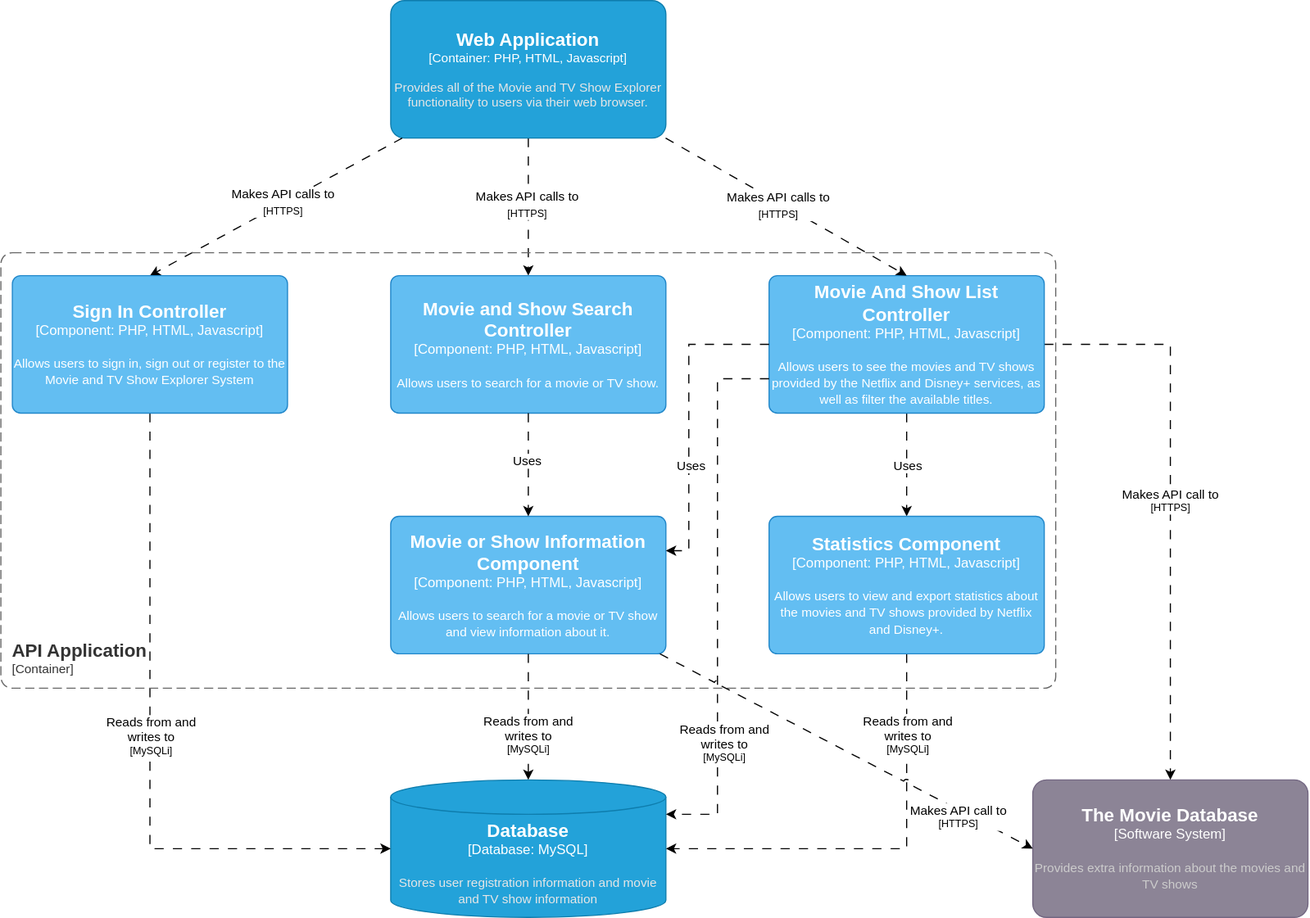
This is C4/c4-level3.svg from pizzaimiplace/MoX-Movies-and-TV-Shows-, a draw.io export, as it was before one commit. Source tidied: cells renumbered, new cells last; positions are measured from the earlier drawing's top-left corner, leaving out a move shared by most shapes. Its diagram source:
```xml
<mxGraphModel>
  <root>
    <mxCell id="0" />
    <mxCell id="1" parent="0" />
    <object id="2" label="&lt;font style=&quot;font-size: 16px&quot;&gt;&lt;b&gt;%c4Name%&lt;/b&gt;&lt;/font&gt;&lt;div&gt;[%c4Type%]&lt;/div&gt;&lt;br&gt;&lt;div&gt;&lt;font style=&quot;font-size: 11px&quot;&gt;&lt;font color=&quot;#cccccc&quot;&gt;%c4Description%&lt;/font&gt;&lt;/div&gt;" c4Description="Provides extra information about the movies and TV shows" c4Name="The Movie Database" c4Type="Software System" placeholders="1">
      <mxCell style="rounded=1;whiteSpace=wrap;html=1;labelBackgroundColor=none;fillColor=#8C8496;fontColor=#ffffff;align=center;arcSize=10;strokeColor=#736782;points=[[0.25,0,0],[0.5,0,0],[0.75,0,0],[1,0.25,0],[1,0.5,0],[1,0.75,0],[0.75,1,0],[0.5,1,0],[0.25,1,0],[0,0.75,0],[0,0.5,0],[0,0.25,0]];" parent="1" vertex="1">
        <mxGeometry x="900" y="680" width="240" height="120" as="geometry" />
      </mxCell>
    </object>
    <mxCell id="3" style="rounded=0;jettySize=auto;html=1;dashed=1;dashPattern=8 8;entryX=0.5;entryY=0;entryDx=0;entryDy=0;entryPerimeter=0;" parent="1" edge="1" source="5" target="14">
      <mxGeometry relative="1" as="geometry" />
    </mxCell>
    <mxCell id="4" value="Makes API calls to&lt;div&gt;&lt;font style=&quot;font-size: 9px;&quot;&gt;[HTTPS]&lt;/font&gt;&lt;/div&gt;" style="edgeLabel;html=1;align=center;verticalAlign=middle;" parent="3" vertex="1">
      <mxGeometry x="-0.06" y="-2" relative="1" as="geometry" />
    </mxCell>
    <object id="5" label="&lt;font style=&quot;font-size: 16px&quot;&gt;&lt;b&gt;%c4Name%&lt;/b&gt;&lt;/font&gt;&lt;div&gt;[%c4Type%: %c4Technology%]&lt;/div&gt;&lt;br&gt;&lt;div&gt;&lt;font style=&quot;font-size: 11px&quot;&gt;&lt;font color=&quot;#E6E6E6&quot;&gt;%c4Description%&lt;/font&gt;&lt;/div&gt;" c4Description="Provides all of the Movie and TV Show Explorer functionality to users via their web browser." c4Name="Web Application" c4Technology="PHP, HTML, Javascript" c4Type="Container" placeholders="1">
      <mxCell style="rounded=1;whiteSpace=wrap;html=1;fontSize=11;labelBackgroundColor=none;fillColor=#23A2D9;fontColor=#ffffff;align=center;arcSize=10;strokeColor=#0E7DAD;points=[[0.25,0,0],[0.5,0,0],[0.75,0,0],[1,0.25,0],[1,0.5,0],[1,0.75,0],[0.75,1,0],[0.5,1,0],[0.25,1,0],[0,0.75,0],[0,0.5,0],[0,0.25,0]];" parent="1" vertex="1">
        <mxGeometry x="340" width="240" height="120" as="geometry" />
      </mxCell>
    </object>
    <mxCell id="6" style="rounded=0;jettySize=auto;html=1;dashed=1;dashPattern=8 8;entryX=0.5;entryY=0;entryDx=0;entryDy=0;entryPerimeter=0;exitX=1;exitY=0.5;exitDx=0;exitDy=0;exitPerimeter=0;edgeStyle=orthogonalEdgeStyle;" parent="1" edge="1" source="22" target="2">
      <mxGeometry relative="1" as="geometry" />
    </mxCell>
    <mxCell id="7" value="Makes API call to&lt;div style=&quot;font-size: 9px;&quot;&gt;[HTTPS]&lt;/div&gt;" style="edgeLabel;html=1;align=center;verticalAlign=middle;" parent="6" vertex="1">
      <mxGeometry y="-1" relative="1" as="geometry" />
    </mxCell>
    <object id="8" label="&lt;font style=&quot;font-size: 16px&quot;&gt;&lt;b&gt;%c4Type%&lt;/b&gt;&lt;/font&gt;&lt;div&gt;[%c4Type%:&amp;nbsp;%c4Technology%]&lt;/div&gt;&lt;br&gt;&lt;div&gt;&lt;font style=&quot;font-size: 11px&quot;&gt;&lt;font color=&quot;#E6E6E6&quot;&gt;%c4Description%&lt;/font&gt;&lt;/div&gt;" c4Description="Stores user registration information and movie and TV show information" c4Name="Container" c4Technology="MySQL" c4Type="Database" placeholders="1">
      <mxCell style="shape=cylinder3;size=15;whiteSpace=wrap;html=1;boundedLbl=1;rounded=0;labelBackgroundColor=none;fillColor=#23A2D9;fontSize=12;fontColor=#ffffff;align=center;strokeColor=#0E7DAD;points=[[0.5,0,0],[1,0.25,0],[1,0.5,0],[1,0.75,0],[0.5,1,0],[0,0.75,0],[0,0.5,0],[0,0.25,0]];" parent="1" vertex="1">
        <mxGeometry x="340" y="680" width="240" height="120" as="geometry" />
      </mxCell>
    </object>
    <mxCell id="9" style="rounded=0;jettySize=auto;html=1;entryX=0;entryY=0.5;entryDx=0;entryDy=0;entryPerimeter=0;dashed=1;dashPattern=8 8;exitX=0.5;exitY=1;exitDx=0;exitDy=0;exitPerimeter=0;edgeStyle=orthogonalEdgeStyle;" parent="1" edge="1" source="13" target="8">
      <mxGeometry relative="1" as="geometry" />
    </mxCell>
    <mxCell id="10" value="Reads from and&lt;div&gt;writes to&lt;/div&gt;&lt;div style=&quot;font-size: 9px;&quot;&gt;[MySQLi]&lt;/div&gt;" style="edgeLabel;html=1;align=center;verticalAlign=middle;" parent="9" vertex="1">
      <mxGeometry relative="1" as="geometry">
        <mxPoint y="-16" as="offset" />
      </mxGeometry>
    </mxCell>
    <mxCell id="11" style="rounded=0;jettySize=auto;html=1;dashed=1;dashPattern=8 8;entryX=0.5;entryY=0;entryDx=0;entryDy=0;entryPerimeter=0;" parent="1" edge="1" source="5" target="13">
      <mxGeometry relative="1" as="geometry" />
    </mxCell>
    <mxCell id="12" value="Makes API calls to&lt;div&gt;&lt;font style=&quot;font-size: 9px;&quot;&gt;[HTTPS]&lt;/font&gt;&lt;/div&gt;" style="edgeLabel;html=1;align=center;verticalAlign=middle;" parent="11" vertex="1">
      <mxGeometry x="-0.06" y="-2" relative="1" as="geometry" />
    </mxCell>
    <object id="13" label="&lt;font style=&quot;font-size: 16px&quot;&gt;&lt;b&gt;%c4Name%&lt;/b&gt;&lt;/font&gt;&lt;div&gt;[%c4Type%: %c4Technology%]&lt;/div&gt;&lt;br&gt;&lt;div&gt;&lt;font style=&quot;font-size: 11px&quot;&gt;%c4Description%&lt;/font&gt;&lt;/div&gt;" c4Description="Allows users to sign in, sign out or register to the Movie and TV Show Explorer System" c4Name="Sign In Controller" c4Technology="PHP, HTML, Javascript" c4Type="Component" placeholders="1">
      <mxCell style="rounded=1;whiteSpace=wrap;html=1;labelBackgroundColor=none;fillColor=#63BEF2;fontColor=#ffffff;align=center;arcSize=6;strokeColor=#2086C9;points=[[0.25,0,0],[0.5,0,0],[0.75,0,0],[1,0.25,0],[1,0.5,0],[1,0.75,0],[0.75,1,0],[0.5,1,0],[0.25,1,0],[0,0.75,0],[0,0.5,0],[0,0.25,0]];" parent="1" vertex="1">
        <mxGeometry x="10" y="240" width="240" height="120" as="geometry" />
      </mxCell>
    </object>
    <object id="14" label="&lt;font style=&quot;font-size: 16px&quot;&gt;&lt;b&gt;%c4Name%&lt;/b&gt;&lt;/font&gt;&lt;div&gt;[%c4Type%: %c4Technology%]&lt;/div&gt;&lt;br&gt;&lt;div&gt;&lt;font style=&quot;font-size: 11px&quot;&gt;%c4Description%&lt;/font&gt;&lt;/div&gt;" c4Description="Allows users to search for a movie or TV show." c4Name="Movie and Show Search Controller" c4Technology="PHP, HTML, Javascript" c4Type="Component" placeholders="1">
      <mxCell style="rounded=1;whiteSpace=wrap;html=1;labelBackgroundColor=none;fillColor=#63BEF2;fontColor=#ffffff;align=center;arcSize=6;strokeColor=#2086C9;points=[[0.25,0,0],[0.5,0,0],[0.75,0,0],[1,0.25,0],[1,0.5,0],[1,0.75,0],[0.75,1,0],[0.5,1,0],[0.25,1,0],[0,0.75,0],[0,0.5,0],[0,0.25,0]];" parent="1" vertex="1">
        <mxGeometry x="340" y="240" width="240" height="120" as="geometry" />
      </mxCell>
    </object>
    <object id="15" label="&lt;font style=&quot;font-size: 16px&quot;&gt;&lt;b&gt;%c4Name%&lt;/b&gt;&lt;/font&gt;&lt;div&gt;[%c4Type%: %c4Technology%]&lt;/div&gt;&lt;br&gt;&lt;div&gt;&lt;font style=&quot;font-size: 11px&quot;&gt;%c4Description%&lt;/font&gt;&lt;/div&gt;" c4Description="Allows users to search for a movie or TV show and view information about it." c4Name="Movie or Show Information Component" c4Technology="PHP, HTML, Javascript" c4Type="Component" placeholders="1">
      <mxCell style="rounded=1;whiteSpace=wrap;html=1;labelBackgroundColor=none;fillColor=#63BEF2;fontColor=#ffffff;align=center;arcSize=6;strokeColor=#2086C9;points=[[0.25,0,0],[0.5,0,0],[0.75,0,0],[1,0.25,0],[1,0.5,0],[1,0.75,0],[0.75,1,0],[0.5,1,0],[0.25,1,0],[0,0.75,0],[0,0.5,0],[0,0.25,0]];" parent="1" vertex="1">
        <mxGeometry x="340" y="450" width="240" height="120" as="geometry" />
      </mxCell>
    </object>
    <mxCell id="16" style="rounded=0;jettySize=auto;html=1;entryX=0.5;entryY=0;entryDx=0;entryDy=0;entryPerimeter=0;dashed=1;dashPattern=8 8;" parent="1" edge="1" source="14" target="15">
      <mxGeometry relative="1" as="geometry" />
    </mxCell>
    <mxCell id="17" value="Uses" style="edgeLabel;html=1;align=center;verticalAlign=middle;" parent="16" vertex="1">
      <mxGeometry x="-0.11" y="1" relative="1" as="geometry">
        <mxPoint x="-3" y="1" as="offset" />
      </mxGeometry>
    </mxCell>
    <mxCell id="18" style="rounded=0;jettySize=auto;html=1;entryX=0.5;entryY=0;entryDx=0;entryDy=0;entryPerimeter=0;dashed=1;dashPattern=8 8;" parent="1" edge="1" source="15" target="8">
      <mxGeometry relative="1" as="geometry" />
    </mxCell>
    <mxCell id="19" value="Reads from and&lt;div&gt;writes to&lt;/div&gt;&lt;div style=&quot;font-size: 9px;&quot;&gt;[MySQLi]&lt;/div&gt;" style="edgeLabel;html=1;align=center;verticalAlign=middle;" parent="18" vertex="1">
      <mxGeometry x="-0.07" y="-1" relative="1" as="geometry">
        <mxPoint y="18" as="offset" />
      </mxGeometry>
    </mxCell>
    <mxCell id="20" style="rounded=0;jettySize=auto;html=1;dashed=1;dashPattern=8 8;" parent="1" edge="1" source="22" target="28">
      <mxGeometry relative="1" as="geometry" />
    </mxCell>
    <mxCell id="21" value="Uses" style="edgeLabel;html=1;align=center;verticalAlign=middle;" parent="20" vertex="1">
      <mxGeometry x="-0.02" relative="1" as="geometry" />
    </mxCell>
    <object id="22" label="&lt;font style=&quot;font-size: 16px&quot;&gt;&lt;b&gt;%c4Name%&lt;/b&gt;&lt;/font&gt;&lt;div&gt;[%c4Type%: %c4Technology%]&lt;/div&gt;&lt;br&gt;&lt;div&gt;&lt;font style=&quot;font-size: 11px&quot;&gt;%c4Description%&lt;/font&gt;&lt;/div&gt;" c4Description="Allows users to see the movies and TV shows provided by the Netflix and Disney+ services, as well as filter the available titles." c4Name="Movie And Show List Controller" c4Technology="PHP, HTML, Javascript" c4Type="Component" placeholders="1">
      <mxCell style="rounded=1;whiteSpace=wrap;html=1;labelBackgroundColor=none;fillColor=#63BEF2;fontColor=#ffffff;align=center;arcSize=6;strokeColor=#2086C9;points=[[0.25,0,0],[0.5,0,0],[0.75,0,0],[1,0.25,0],[1,0.5,0],[1,0.75,0],[0.75,1,0],[0.5,1,0],[0.25,1,0],[0,0.75,0],[0,0.5,0],[0,0.25,0]];" parent="1" vertex="1">
        <mxGeometry x="670" y="240" width="240" height="120" as="geometry" />
      </mxCell>
    </object>
    <mxCell id="23" style="rounded=0;jettySize=auto;html=1;dashed=1;dashPattern=8 8;entryX=0.5;entryY=0;entryDx=0;entryDy=0;entryPerimeter=0;exitX=0.999;exitY=1;exitDx=0;exitDy=0;exitPerimeter=0;" parent="1" edge="1" source="5" target="22">
      <mxGeometry relative="1" as="geometry" />
    </mxCell>
    <mxCell id="24" value="Makes API calls to&lt;div&gt;&lt;font style=&quot;font-size: 9px;&quot;&gt;[HTTPS]&lt;/font&gt;&lt;/div&gt;" style="edgeLabel;html=1;align=center;verticalAlign=middle;" parent="23" vertex="1">
      <mxGeometry x="-0.06" y="-2" relative="1" as="geometry" />
    </mxCell>
    <object id="25" label="&lt;font style=&quot;font-size: 16px&quot;&gt;&lt;b&gt;&lt;div style=&quot;text-align: left&quot;&gt;%c4Name%&lt;/div&gt;&lt;/b&gt;&lt;/font&gt;&lt;div style=&quot;text-align: left&quot;&gt;[%c4Application%]&lt;/div&gt;" c4Application="Container" c4Name="API Application" c4Type="ContainerScopeBoundary" placeholders="1">
      <mxCell style="rounded=1;fontSize=11;whiteSpace=wrap;html=1;dashed=1;arcSize=20;fillColor=none;strokeColor=#666666;fontColor=#333333;labelBackgroundColor=none;align=left;verticalAlign=bottom;labelBorderColor=none;spacingTop=0;spacing=10;dashPattern=8 4;perimeter=rectanglePerimeter;noLabel=0;labelPadding=0;absoluteArcSize=1;" parent="1" vertex="1">
        <mxGeometry y="220" width="920" height="380" as="geometry" />
      </mxCell>
    </object>
    <mxCell id="26" style="edgeStyle=orthogonalEdgeStyle;rounded=0;jettySize=auto;html=1;entryX=1;entryY=0.5;entryDx=0;entryDy=0;entryPerimeter=0;dashed=1;dashPattern=8 8;" parent="1" edge="1" source="28" target="8">
      <mxGeometry relative="1" as="geometry">
        <Array as="points">
          <mxPoint x="790" y="740" />
        </Array>
      </mxGeometry>
    </mxCell>
    <mxCell id="27" value="Reads from and&lt;div&gt;writes to&lt;/div&gt;&lt;div style=&quot;font-size: 9px;&quot;&gt;[MySQLi]&lt;/div&gt;" style="edgeLabel;html=1;align=center;verticalAlign=middle;" parent="26" vertex="1">
      <mxGeometry x="-0.58" y="-1" relative="1" as="geometry">
        <mxPoint x="1" y="-10" as="offset" />
      </mxGeometry>
    </mxCell>
    <object id="28" label="&lt;font style=&quot;font-size: 16px&quot;&gt;&lt;b&gt;%c4Name%&lt;/b&gt;&lt;/font&gt;&lt;div&gt;[%c4Type%: %c4Technology%]&lt;/div&gt;&lt;br&gt;&lt;div&gt;&lt;font style=&quot;font-size: 11px&quot;&gt;%c4Description%&lt;/font&gt;&lt;/div&gt;" c4Description="Allows users to view and export statistics about the movies and TV shows provided by Netflix and Disney+." c4Name="Statistics Component" c4Technology="PHP, HTML, Javascript" c4Type="Component" placeholders="1">
      <mxCell style="rounded=1;whiteSpace=wrap;html=1;labelBackgroundColor=none;fillColor=#63BEF2;fontColor=#ffffff;align=center;arcSize=6;strokeColor=#2086C9;points=[[0.25,0,0],[0.5,0,0],[0.75,0,0],[1,0.25,0],[1,0.5,0],[1,0.75,0],[0.75,1,0],[0.5,1,0],[0.25,1,0],[0,0.75,0],[0,0.5,0],[0,0.25,0]];" parent="1" vertex="1">
        <mxGeometry x="670" y="450" width="240" height="120" as="geometry" />
      </mxCell>
    </object>
    <mxCell id="29" style="edgeStyle=orthogonalEdgeStyle;rounded=0;jettySize=auto;html=1;entryX=1;entryY=0.25;entryDx=0;entryDy=0;entryPerimeter=0;dashed=1;dashPattern=8 8;exitX=0;exitY=0.75;exitDx=0;exitDy=0;exitPerimeter=0;" parent="1" edge="1" source="22" target="8">
      <mxGeometry relative="1" as="geometry" />
    </mxCell>
    <mxCell id="30" value="Reads from and&lt;div&gt;writes to&lt;/div&gt;&lt;div style=&quot;font-size: 9px;&quot;&gt;[MySQLi]&lt;/div&gt;" style="edgeLabel;html=1;align=center;verticalAlign=middle;" parent="29" vertex="1">
      <mxGeometry x="0.54" y="-1" relative="1" as="geometry">
        <mxPoint x="6" y="-1" as="offset" />
      </mxGeometry>
    </mxCell>
    <mxCell id="31" style="rounded=0;jettySize=auto;html=1;entryX=0;entryY=0.5;entryDx=0;entryDy=0;entryPerimeter=0;jumpStyle=arc;dashed=1;dashPattern=8 8;" parent="1" edge="1" source="15" target="2">
      <mxGeometry relative="1" as="geometry" />
    </mxCell>
    <mxCell id="32" value="Makes API call to&lt;div style=&quot;font-size: 9px;&quot;&gt;[HTTPS]&lt;/div&gt;" style="edgeLabel;html=1;align=center;verticalAlign=middle;" parent="31" vertex="1">
      <mxGeometry x="0.4" relative="1" as="geometry">
        <mxPoint x="30" y="21" as="offset" />
      </mxGeometry>
    </mxCell>
    <mxCell id="33" style="edgeStyle=orthogonalEdgeStyle;rounded=0;jettySize=auto;html=1;entryX=1;entryY=0.25;entryDx=0;entryDy=0;entryPerimeter=0;dashed=1;dashPattern=8 8;" parent="1" edge="1" source="22" target="15">
      <mxGeometry relative="1" as="geometry">
        <Array as="points">
          <mxPoint x="600" y="300" />
          <mxPoint x="600" y="480" />
        </Array>
      </mxGeometry>
    </mxCell>
    <mxCell id="34" value="Uses" style="edgeLabel;html=1;align=center;verticalAlign=middle;" parent="33" vertex="1">
      <mxGeometry x="0.29" y="1" relative="1" as="geometry" />
    </mxCell>
  </root>
</mxGraphModel>
```
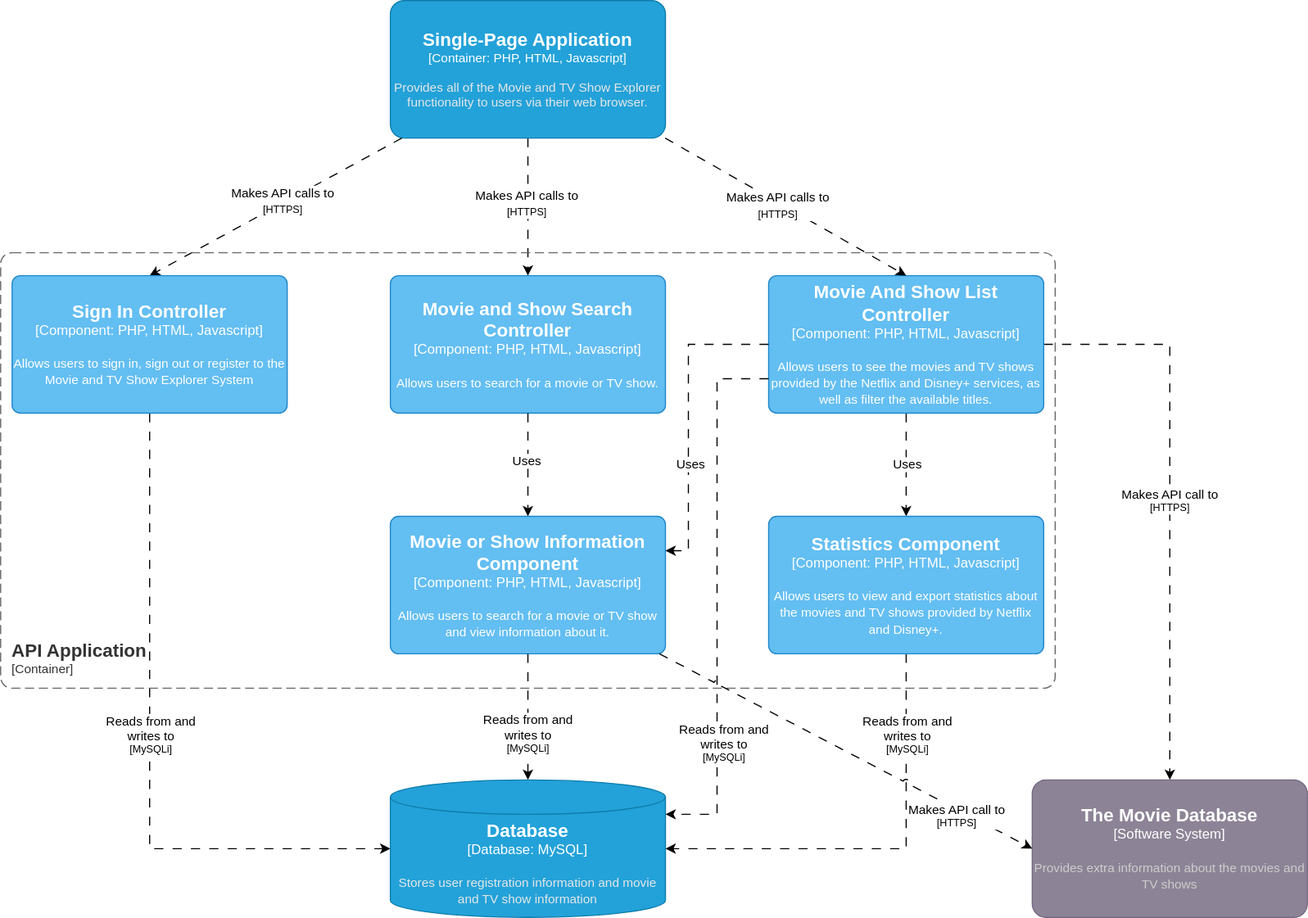
After the commit.

What changed in the source:
```diff
@@ -13,7 +13,7 @@
     <mxCell id="4" value="Makes API calls to&lt;div&gt;&lt;font style=&quot;font-size: 9px;&quot;&gt;[HTTPS]&lt;/font&gt;&lt;/div&gt;" style="edgeLabel;html=1;align=center;verticalAlign=middle;" parent="3" vertex="1">
       <mxGeometry x="-0.06" y="-2" relative="1" as="geometry" />
     </mxCell>
-    <object id="5" label="&lt;font style=&quot;font-size: 16px&quot;&gt;&lt;b&gt;%c4Name%&lt;/b&gt;&lt;/font&gt;&lt;div&gt;[%c4Type%: %c4Technology%]&lt;/div&gt;&lt;br&gt;&lt;div&gt;&lt;font style=&quot;font-size: 11px&quot;&gt;&lt;font color=&quot;#E6E6E6&quot;&gt;%c4Description%&lt;/font&gt;&lt;/div&gt;" c4Description="Provides all of the Movie and TV Show Explorer functionality to users via their web browser." c4Name="Web Application" c4Technology="PHP, HTML, Javascript" c4Type="Container" placeholders="1">
+    <object id="5" label="&lt;font style=&quot;font-size: 16px&quot;&gt;&lt;b&gt;%c4Name%&lt;/b&gt;&lt;/font&gt;&lt;div&gt;[%c4Type%: %c4Technology%]&lt;/div&gt;&lt;br&gt;&lt;div&gt;&lt;font style=&quot;font-size: 11px&quot;&gt;&lt;font color=&quot;#E6E6E6&quot;&gt;%c4Description%&lt;/font&gt;&lt;/div&gt;" c4Description="Provides all of the Movie and TV Show Explorer functionality to users via their web browser." c4Name="Single-Page Application" c4Technology="PHP, HTML, Javascript" c4Type="Container" placeholders="1">
       <mxCell style="rounded=1;whiteSpace=wrap;html=1;fontSize=11;labelBackgroundColor=none;fillColor=#23A2D9;fontColor=#ffffff;align=center;arcSize=10;strokeColor=#0E7DAD;points=[[0.25,0,0],[0.5,0,0],[0.75,0,0],[1,0.25,0],[1,0.5,0],[1,0.75,0],[0.75,1,0],[0.5,1,0],[0.25,1,0],[0,0.75,0],[0,0.5,0],[0,0.25,0]];" parent="1" vertex="1">
         <mxGeometry x="340" width="240" height="120" as="geometry" />
       </mxCell>
```
